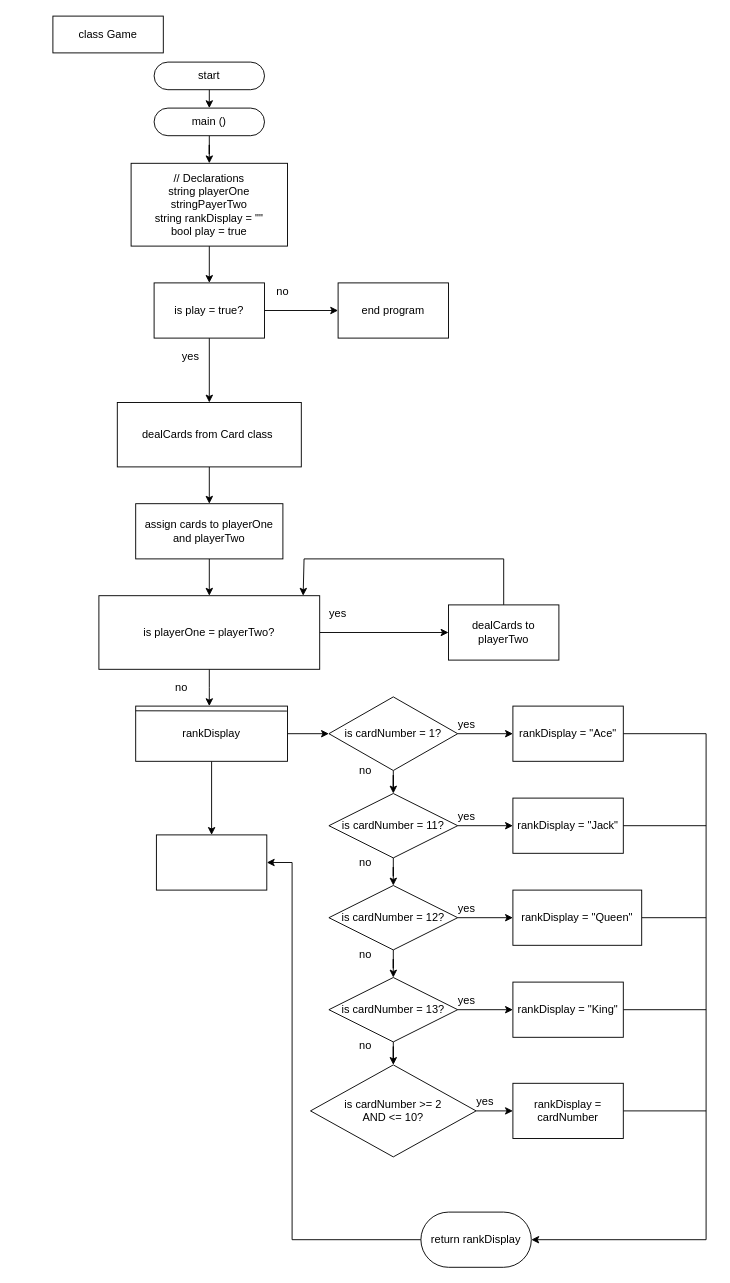
hmfranc/ubiquitous-octo-palm-tree keeps this draw.io diagram as L8Flowchart2.drawio. Above is the earlier version. Source tidied: cells renumbered, new cells numbered last; positions are measured from the earlier drawing's top-left corner, leaving out a move shared by most shapes. Both pictures are drawn from the tidied source at 92%, with x=0, y=0 at pixel (52, 16).
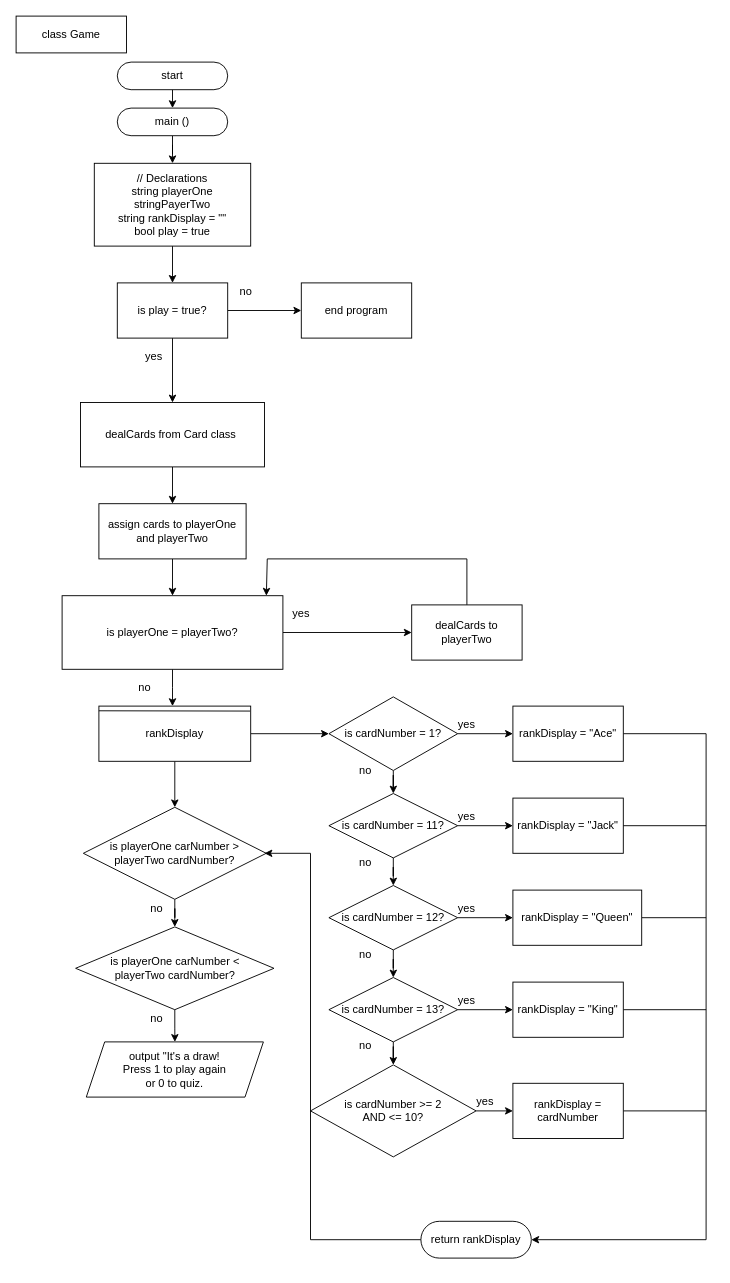
Above is the later version.

The change refers to these unchanged cells:
```xml
<mxCell id="32" value="is cardNumber = 1?" style="rhombus;whiteSpace=wrap;html=1;" parent="1" vertex="1">
  <mxGeometry x="300" y="740" width="140" height="80" as="geometry" />
</mxCell>
```

The edit, as a diff of the source:
```diff
@@
     <mxCell id="2" value="class Game" style="rounded=0;whiteSpace=wrap;html=1;" parent="1" vertex="1">
-      <mxGeometry width="120" height="40" as="geometry" />
+      <mxGeometry x="-40" width="120" height="40" as="geometry" />
     </mxCell>
@@
     <mxCell id="4" value="main ()" style="rounded=1;whiteSpace=wrap;html=1;arcSize=50;" parent="1" vertex="1">
-      <mxGeometry x="110" y="100" width="120" height="30" as="geometry" />
+      <mxGeometry x="70" y="100" width="120" height="30" as="geometry" />
     </mxCell>
@@
     <mxCell id="6" value="// Declarations&lt;br&gt;string playerOne&lt;br&gt;stringPayerTwo&lt;br&gt;string rankDisplay = &quot;&quot;&lt;br&gt;bool play = true&lt;br&gt;" style="rounded=0;whiteSpace=wrap;html=1;" parent="1" vertex="1">
-      <mxGeometry x="85" y="160" width="170" height="90" as="geometry" />
+      <mxGeometry x="45" y="160" width="170" height="90" as="geometry" />
     </mxCell>
-    <mxCell id="7" style="edgeStyle=orthogonalEdgeStyle;rounded=0;jettySize=auto;html=1;entryX=0;entryY=0.5;entryDx=0;entryDy=0;" parent="1" edge="1" source="9" target="32">
+    <mxCell id="7" style="edgeStyle=orthogonalEdgeStyle;rounded=0;jettySize=auto;html=1;entryX=0;entryY=0.5;entryDx=0;entryDy=0;exitX=1;exitY=0.5;exitDx=0;exitDy=0;" parent="1" edge="1" source="9" target="32">
       <mxGeometry relative="1" as="geometry" />
     </mxCell>
@@
     <mxCell id="9" value="rankDisplay" style="whiteSpace=wrap;html=1;rounded=0;" parent="1" vertex="1">
-      <mxGeometry x="90" y="750" width="165" height="60" as="geometry" />
+      <mxGeometry x="50" y="750" width="165" height="60" as="geometry" />
     </mxCell>
@@
     <mxCell id="11" style="edgeStyle=orthogonalEdgeStyle;rounded=0;jettySize=auto;html=1;" parent="1" edge="1" source="12">
       <mxGeometry relative="1" as="geometry">
-        <mxPoint x="170" y="100" as="targetPoint" />
+        <mxPoint x="130" y="100" as="targetPoint" />
       </mxGeometry>
     </mxCell>
     <mxCell id="12" value="start" style="rounded=1;whiteSpace=wrap;html=1;arcSize=50;" parent="1" vertex="1">
-      <mxGeometry x="110" y="50" width="120" height="30" as="geometry" />
+      <mxGeometry x="70" y="50" width="120" height="30" as="geometry" />
     </mxCell>
@@
     <mxCell id="14" value="dealCards from Card class&amp;nbsp;" style="whiteSpace=wrap;html=1;rounded=0;" parent="1" vertex="1">
-      <mxGeometry x="70" y="420" width="200" height="70" as="geometry" />
+      <mxGeometry x="30" y="420" width="200" height="70" as="geometry" />
     </mxCell>
@@
     <mxCell id="16" value="assign cards to playerOne and playerTwo" style="whiteSpace=wrap;html=1;rounded=0;" parent="1" vertex="1">
-      <mxGeometry x="90" y="530" width="160" height="60" as="geometry" />
+      <mxGeometry x="50" y="530" width="160" height="60" as="geometry" />
     </mxCell>
@@
     <mxCell id="18" style="edgeStyle=orthogonalEdgeStyle;rounded=0;jettySize=auto;html=1;" parent="1" edge="1" source="19">
       <mxGeometry relative="1" as="geometry">
-        <mxPoint x="170" y="750" as="targetPoint" />
+        <mxPoint x="130" y="750" as="targetPoint" />
       </mxGeometry>
     </mxCell>
     <mxCell id="19" value="is playerOne = playerTwo?" style="whiteSpace=wrap;html=1;rounded=0;" parent="1" vertex="1">
-      <mxGeometry x="50" y="630" width="240" height="80" as="geometry" />
+      <mxGeometry x="10" y="630" width="240" height="80" as="geometry" />
     </mxCell>
@@
     <mxCell id="22" value="is play = true?" style="whiteSpace=wrap;html=1;rounded=0;" parent="1" vertex="1">
-      <mxGeometry x="110" y="290" width="120" height="60" as="geometry" />
+      <mxGeometry x="70" y="290" width="120" height="60" as="geometry" />
     </mxCell>
     <mxCell id="23" value="end program" style="whiteSpace=wrap;html=1;rounded=0;" parent="1" vertex="1">
-      <mxGeometry x="310" y="290" width="120" height="60" as="geometry" />
+      <mxGeometry x="270" y="290" width="120" height="60" as="geometry" />
     </mxCell>
     <mxCell id="24" value="no" style="text;html=1;strokeColor=none;fillColor=none;align=center;verticalAlign=middle;whiteSpace=wrap;rounded=0;" parent="1" vertex="1">
-      <mxGeometry x="230" y="290" width="40" height="20" as="geometry" />
+      <mxGeometry x="190" y="290" width="40" height="20" as="geometry" />
     </mxCell>
     <mxCell id="25" value="yes" style="text;html=1;strokeColor=none;fillColor=none;align=center;verticalAlign=middle;whiteSpace=wrap;rounded=0;" parent="1" vertex="1">
-      <mxGeometry x="130" y="360" width="40" height="20" as="geometry" />
+      <mxGeometry x="90" y="360" width="40" height="20" as="geometry" />
     </mxCell>
     <mxCell id="26" style="edgeStyle=orthogonalEdgeStyle;rounded=0;jettySize=auto;html=1;" parent="1" edge="1" source="27">
       <mxGeometry relative="1" as="geometry">
-        <mxPoint x="272" y="630" as="targetPoint" />
+        <mxPoint x="232" y="630" as="targetPoint" />
         <Array as="points">
-          <mxPoint x="490" y="590" />
-          <mxPoint x="273" y="590" />
+          <mxPoint x="450" y="590" />
+          <mxPoint x="233" y="590" />
         </Array>
       </mxGeometry>
     </mxCell>
     <mxCell id="27" value="dealCards to playerTwo" style="whiteSpace=wrap;html=1;rounded=0;" parent="1" vertex="1">
-      <mxGeometry x="430" y="640" width="120" height="60" as="geometry" />
+      <mxGeometry x="390" y="640" width="120" height="60" as="geometry" />
     </mxCell>
     <mxCell id="28" value="yes" style="text;html=1;strokeColor=none;fillColor=none;align=center;verticalAlign=middle;whiteSpace=wrap;rounded=0;" parent="1" vertex="1">
-      <mxGeometry x="290" y="640" width="40" height="20" as="geometry" />
+      <mxGeometry x="250" y="640" width="40" height="20" as="geometry" />
     </mxCell>
     <mxCell id="29" value="no" style="text;html=1;strokeColor=none;fillColor=none;align=center;verticalAlign=middle;whiteSpace=wrap;rounded=0;" parent="1" vertex="1">
-      <mxGeometry x="120" y="720" width="40" height="20" as="geometry" />
+      <mxGeometry x="80" y="720" width="40" height="20" as="geometry" />
     </mxCell>
@@
+    <mxCell id="66" style="edgeStyle=orthogonalEdgeStyle;rounded=0;jettySize=auto;html=1;" parent="1" edge="1" source="62" target="68">
+      <mxGeometry relative="1" as="geometry" />
+    </mxCell>
-    <mxCell id="62" style="whiteSpace=wrap;html=1;rounded=0;" parent="1" vertex="1">
-      <mxGeometry x="112.5" y="890" width="120" height="60" as="geometry" />
+    <mxCell id="62" value="is playerOne carNumber &amp;gt; playerTwo cardNumber?" style="rhombus;whiteSpace=wrap;html=1;" parent="1" vertex="1">
+      <mxGeometry x="33.1" y="860" width="198.8" height="100" as="geometry" />
     </mxCell>
-    <mxCell id="63" style="edgeStyle=orthogonalEdgeStyle;rounded=0;jettySize=auto;html=1;entryX=1;entryY=0.5;entryDx=0;entryDy=0;" parent="1" edge="1" source="64" target="62">
+    <mxCell id="63" style="edgeStyle=orthogonalEdgeStyle;rounded=0;jettySize=auto;html=1;" parent="1" edge="1" source="64">
       <mxGeometry relative="1" as="geometry">
+        <mxPoint x="230" y="910" as="targetPoint" />
         <Array as="points">
-          <mxPoint x="260" y="1330" />
-          <mxPoint x="260" y="920" />
+          <mxPoint x="280" y="1330" />
+          <mxPoint x="280" y="910" />
         </Array>
       </mxGeometry>
     </mxCell>
     <mxCell id="64" value="return rankDisplay" style="rounded=1;whiteSpace=wrap;html=1;arcSize=50;" parent="1" vertex="1">
-      <mxGeometry x="400" y="1300" width="120" height="60" as="geometry" />
+      <mxGeometry x="400" y="1310" width="120" height="40" as="geometry" />
     </mxCell>
@@
+    <mxCell id="67" style="edgeStyle=orthogonalEdgeStyle;rounded=0;jettySize=auto;html=1;" parent="1" edge="1" source="68" target="71">
+      <mxGeometry relative="1" as="geometry" />
+    </mxCell>
+    <mxCell id="68" value="is playerOne carNumber &amp;lt;&lt;br&gt;playerTwo cardNumber?" style="rhombus;whiteSpace=wrap;html=1;" parent="1" vertex="1">
+      <mxGeometry x="24.7" y="990" width="215.6" height="90" as="geometry" />
+    </mxCell>
+    <mxCell id="69" value="no" style="text;html=1;strokeColor=none;fillColor=none;align=center;verticalAlign=middle;whiteSpace=wrap;rounded=0;" parent="1" vertex="1">
+      <mxGeometry x="93.1" y="960" width="40" height="20" as="geometry" />
+    </mxCell>
+    <mxCell id="70" value="no" style="text;html=1;strokeColor=none;fillColor=none;align=center;verticalAlign=middle;whiteSpace=wrap;rounded=0;" parent="1" vertex="1">
+      <mxGeometry x="93.1" y="1080" width="40" height="20" as="geometry" />
+    </mxCell>
+    <mxCell id="71" value="output &quot;It's a draw! &lt;br&gt;Press 1 to play again &lt;br&gt;or 0 to quiz." style="shape=parallelogram;perimeter=parallelogramPerimeter;whiteSpace=wrap;html=1;fixedSize=1;rounded=0;" parent="1" vertex="1">
+      <mxGeometry x="36.3" y="1115" width="192.5" height="60" as="geometry" />
+    </mxCell>
```
